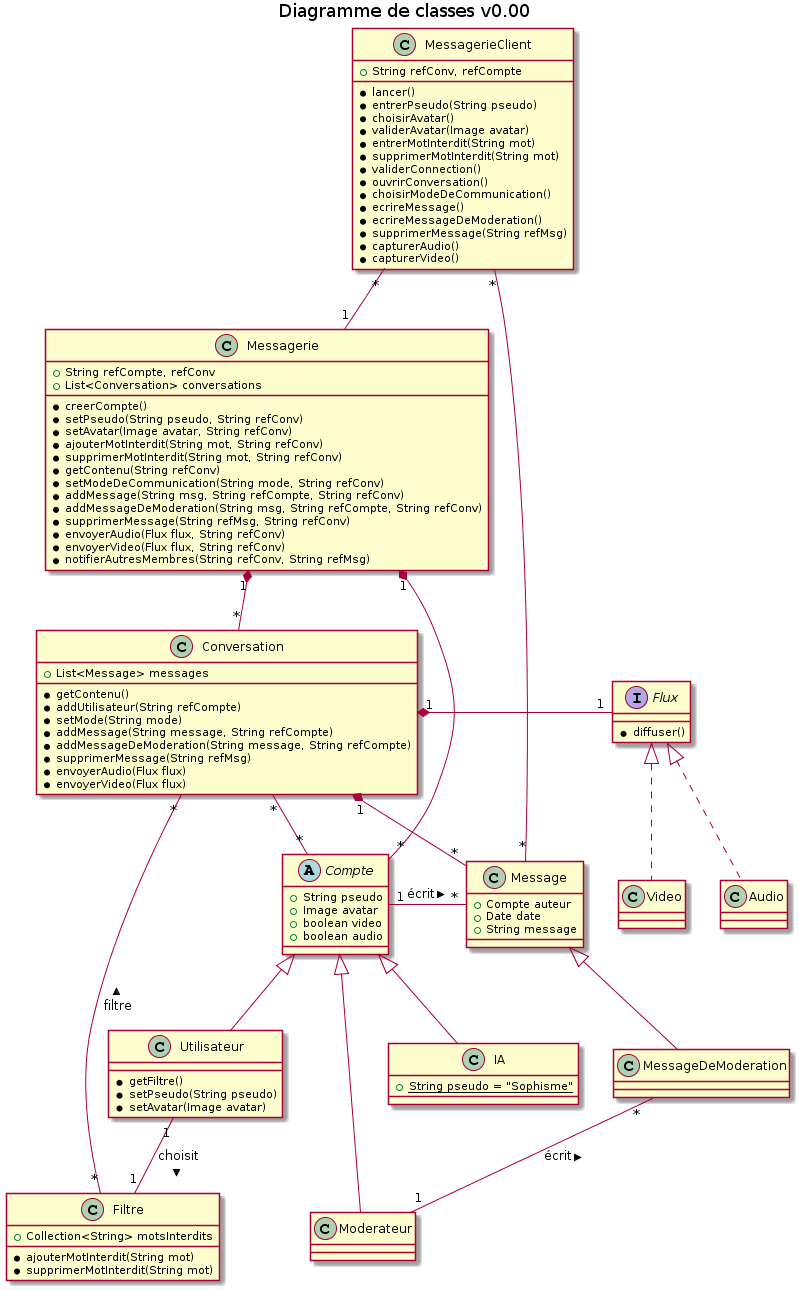
Before: DC/diagrammes/detailedConception.png, a diagram exported from PlantUML (gdarchen/WhatsASI).
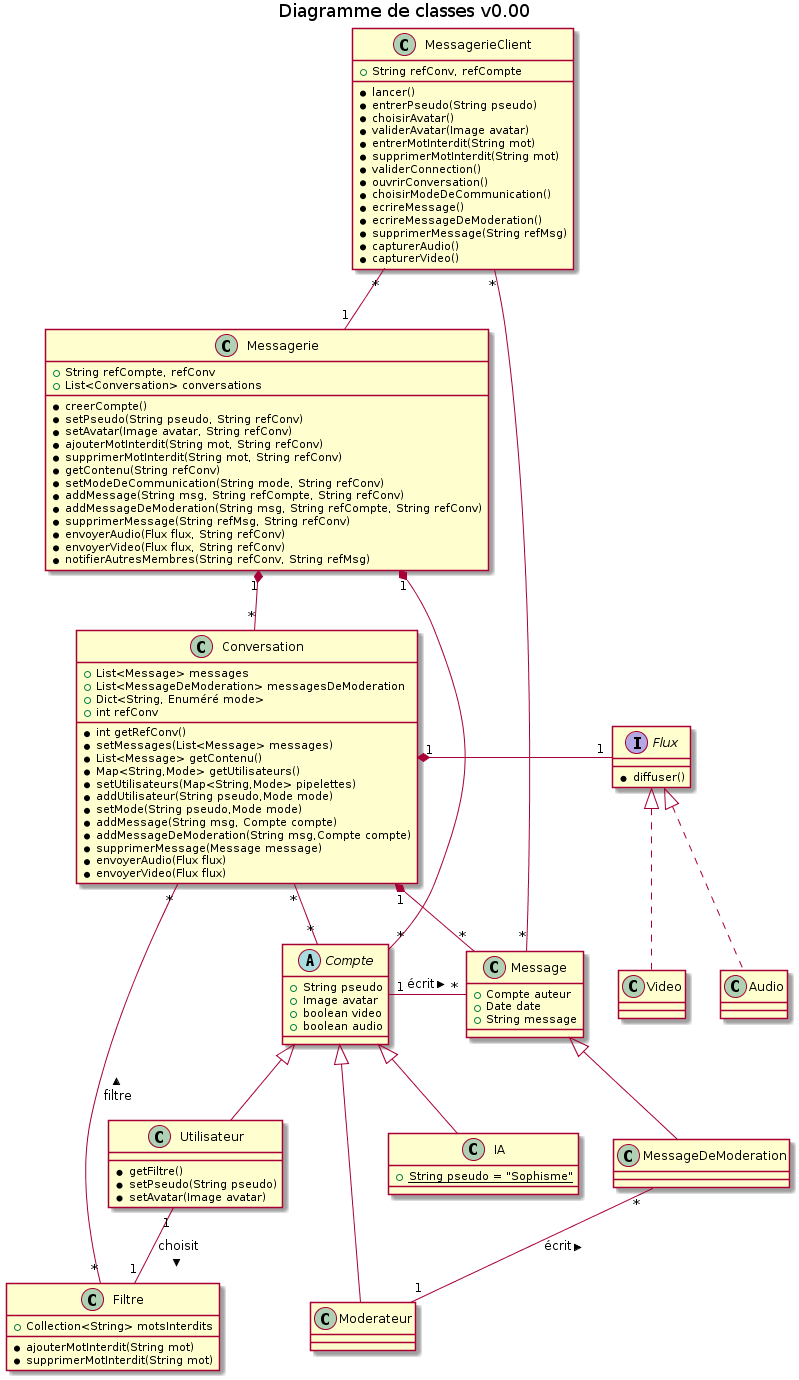
After the commit.

Commit message:
modification du diagrammes détaillé mise à jour de conversation

What changed in the source:
```diff
@@ -57,13 +57,21 @@
 }
 
 class Conversation {
+
     +List<Message> messages
-    *getContenu()
-    *addUtilisateur(String refCompte)
-    *setMode(String mode)
-    *addMessage(String message, String refCompte)
-    *addMessageDeModeration(String message, String refCompte)
-    *supprimerMessage(String refMsg)
+    +List<MessageDeModeration> messagesDeModeration
+    +Dict<String, Enuméré mode>
+    +int refConv
+    *int getRefConv()
+    *setMessages(List<Message> messages)
+    *List<Message> getContenu()
+    *Map<String,Mode> getUtilisateurs()
+    *setUtilisateurs(Map<String,Mode> pipelettes)
+    *addUtilisateur(String pseudo,Mode mode)
+    *setMode(String pseudo,Mode mode)
+    *addMessage(String msg, Compte compte)
+    *addMessageDeModeration(String msg,Compte compte)
+    *supprimerMessage(Message message)
     *envoyerAudio(Flux flux)
     *envoyerVideo(Flux flux)
 }
```
